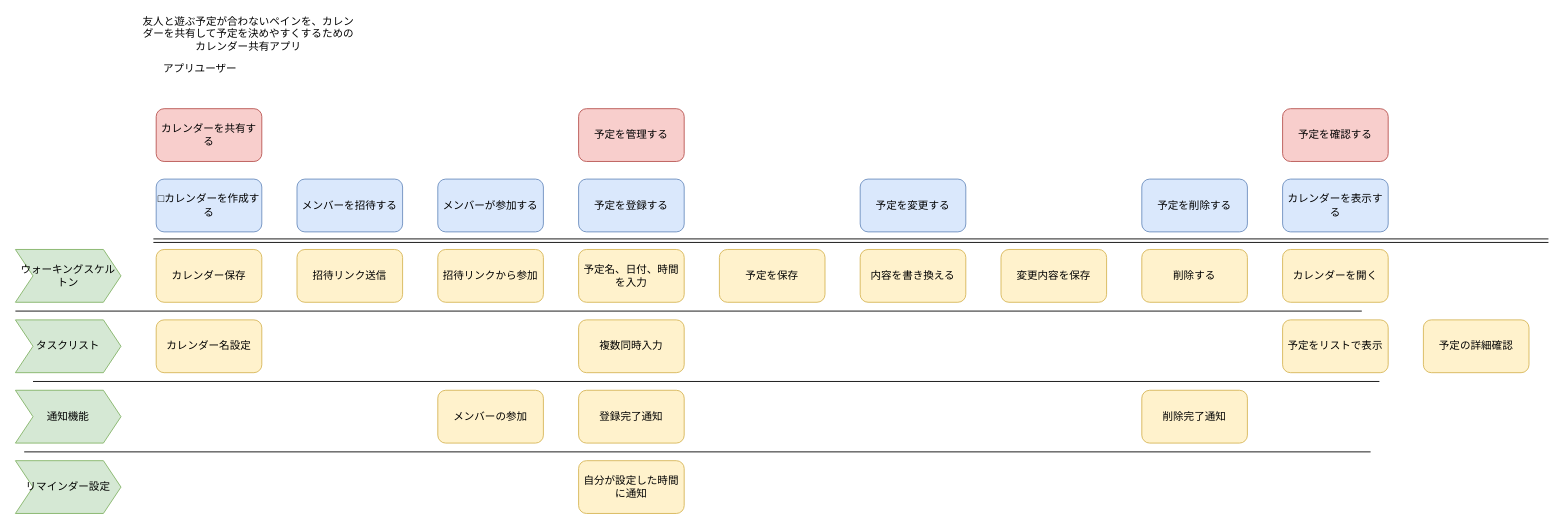
Earlier version of the draw.io diagram docs/storymap.drawio (rento1005/my-calendar). Source tidied: cells renumbered, new cells numbered last; positions are measured from the earlier drawing's top-left corner, leaving out a move shared by most shapes. Both pictures are drawn from the tidied source at 88%, with x=0, y=0 at pixel (15, 20).
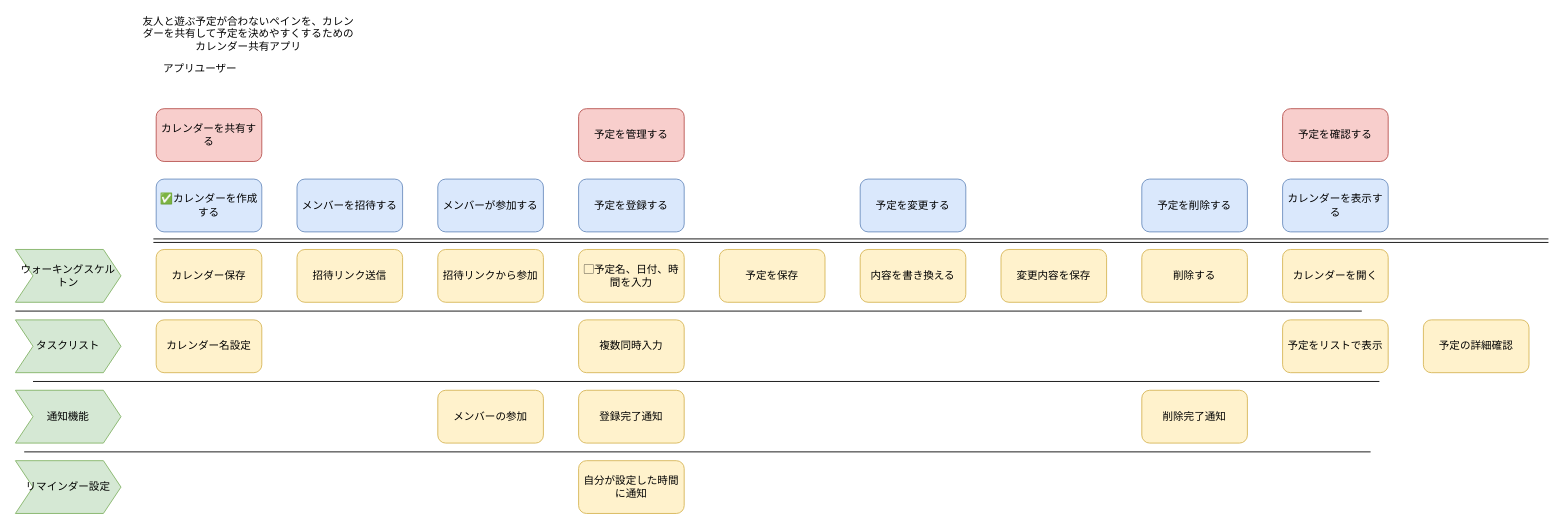
The same diagram, later.

What changed in the source:
```diff
@@
-    <mxCell id="4" value="□カレンダーを作成する" style="rounded=1;whiteSpace=wrap;html=1;fillColor=#dae8fc;strokeColor=#6c8ebf;" parent="1" vertex="1">
+    <mxCell id="4" value="✅カレンダーを作成する" style="rounded=1;whiteSpace=wrap;html=1;fillColor=#dae8fc;strokeColor=#6c8ebf;" parent="1" vertex="1">
       <mxGeometry x="160" y="180" width="120" height="60" as="geometry" />
     </mxCell>
@@
-    <mxCell id="17" value="予定名、日付、時間を入力" style="rounded=1;whiteSpace=wrap;html=1;fillColor=#fff2cc;strokeColor=#d6b656;" parent="1" vertex="1">
+    <mxCell id="17" value="▢予定名、日付、時間を入力" style="rounded=1;whiteSpace=wrap;html=1;fillColor=#fff2cc;strokeColor=#d6b656;" parent="1" vertex="1">
       <mxGeometry x="640" y="260" width="120" height="60" as="geometry" />
     </mxCell>
```
